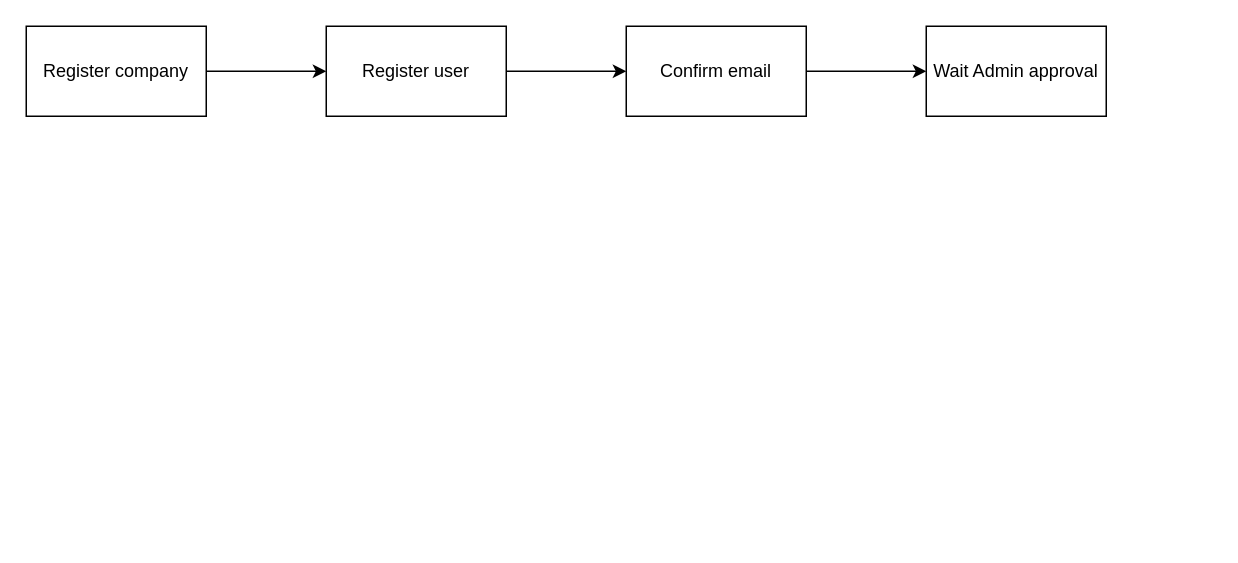
Earlier version of the draw.io diagram Flybyguys_merchant_registration.drawio (AlexanderPershin/Diagrams). Source tidied: cells renumbered, new cells numbered last; positions are measured from the earlier drawing's top-left corner, leaving out a move shared by most shapes. Both pictures are drawn from the tidied source at 150%, with x=0, y=0 at pixel (26, 26).
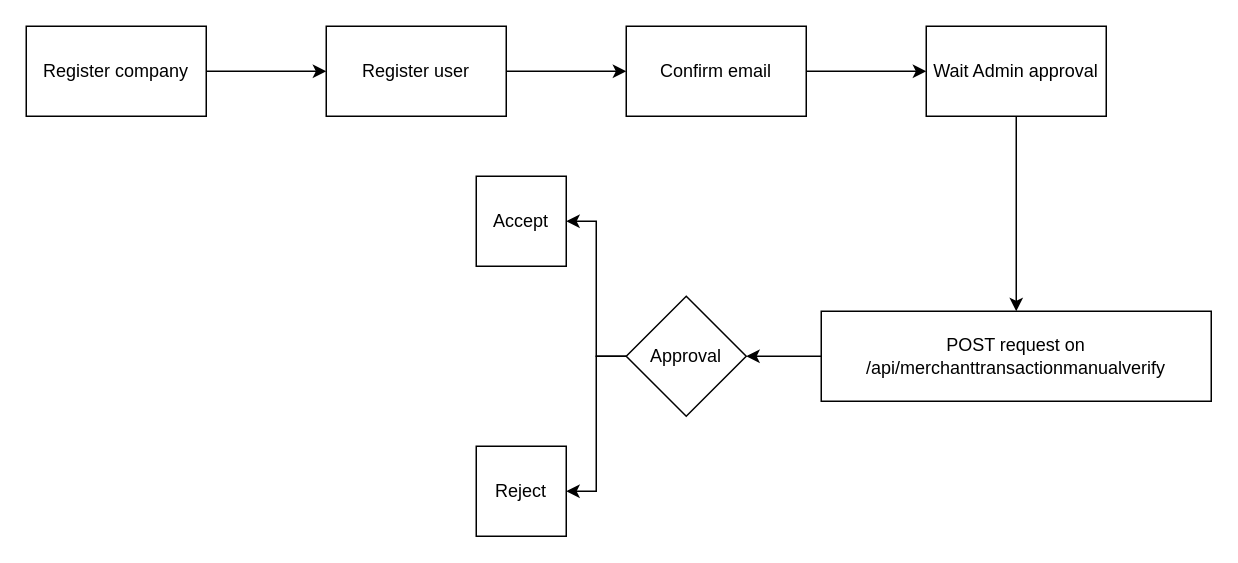
After the change.

Change to the diagram source:
```diff
@@
 <mxGraphModel>
   <root>
     <mxCell id="0" />
     <mxCell id="1" parent="0" />
     <mxCell id="2" style="edgeStyle=orthogonalEdgeStyle;rounded=0;jettySize=auto;html=1;" parent="1" edge="1" source="3" target="5">
       <mxGeometry relative="1" as="geometry" />
     </mxCell>
     <mxCell id="3" value="Register company" style="rounded=0;whiteSpace=wrap;html=1;" parent="1" vertex="1">
       <mxGeometry width="120" height="60" as="geometry" />
     </mxCell>
     <mxCell id="4" style="edgeStyle=orthogonalEdgeStyle;rounded=0;jettySize=auto;html=1;" parent="1" edge="1" source="5" target="7">
       <mxGeometry relative="1" as="geometry" />
     </mxCell>
     <mxCell id="5" value="Register user" style="whiteSpace=wrap;html=1;rounded=0;" parent="1" vertex="1">
       <mxGeometry x="200" width="120" height="60" as="geometry" />
     </mxCell>
     <mxCell id="6" style="edgeStyle=orthogonalEdgeStyle;rounded=0;jettySize=auto;html=1;" parent="1" edge="1" source="7" target="8">
       <mxGeometry relative="1" as="geometry" />
     </mxCell>
     <mxCell id="7" value="Confirm email " style="whiteSpace=wrap;html=1;rounded=0;" parent="1" vertex="1">
       <mxGeometry x="400" width="120" height="60" as="geometry" />
     </mxCell>
+    <mxCell id="9" style="edgeStyle=orthogonalEdgeStyle;rounded=0;jettySize=auto;html=1;" parent="1" edge="1" source="8" target="11">
+      <mxGeometry relative="1" as="geometry" />
+    </mxCell>
     <mxCell id="8" value="Wait Admin approval" style="whiteSpace=wrap;html=1;rounded=0;" parent="1" vertex="1">
       <mxGeometry x="600" width="120" height="60" as="geometry" />
     </mxCell>
+    <mxCell id="10" style="edgeStyle=orthogonalEdgeStyle;rounded=0;jettySize=auto;html=1;exitX=0;exitY=0.5;exitDx=0;exitDy=0;entryX=1;entryY=0.5;entryDx=0;entryDy=0;" parent="1" edge="1" source="11" target="14">
+      <mxGeometry relative="1" as="geometry" />
+    </mxCell>
+    <mxCell id="11" value="POST request on&lt;br&gt;/api/merchanttransactionmanualverify" style="whiteSpace=wrap;html=1;rounded=0;" parent="1" vertex="1">
+      <mxGeometry x="530" y="190" width="260" height="60" as="geometry" />
+    </mxCell>
+    <mxCell id="12" style="edgeStyle=orthogonalEdgeStyle;rounded=0;jettySize=auto;html=1;entryX=1;entryY=0.5;entryDx=0;entryDy=0;" parent="1" edge="1" source="14" target="15">
+      <mxGeometry relative="1" as="geometry" />
+    </mxCell>
+    <mxCell id="13" style="edgeStyle=orthogonalEdgeStyle;rounded=0;jettySize=auto;html=1;exitX=0;exitY=0.5;exitDx=0;exitDy=0;entryX=1;entryY=0.5;entryDx=0;entryDy=0;" parent="1" edge="1" source="14" target="16">
+      <mxGeometry relative="1" as="geometry" />
+    </mxCell>
+    <mxCell id="14" value="Approval" style="rhombus;whiteSpace=wrap;html=1;" parent="1" vertex="1">
+      <mxGeometry x="400" y="180" width="80" height="80" as="geometry" />
+    </mxCell>
+    <mxCell id="15" value="Accept" style="rounded=0;whiteSpace=wrap;html=1;" parent="1" vertex="1">
+      <mxGeometry x="300" y="100" width="60" height="60" as="geometry" />
+    </mxCell>
+    <mxCell id="16" value="Reject" style="rounded=0;whiteSpace=wrap;html=1;" parent="1" vertex="1">
+      <mxGeometry x="300" y="280" width="60" height="60" as="geometry" />
+    </mxCell>
   </root>
 </mxGraphModel>
```
